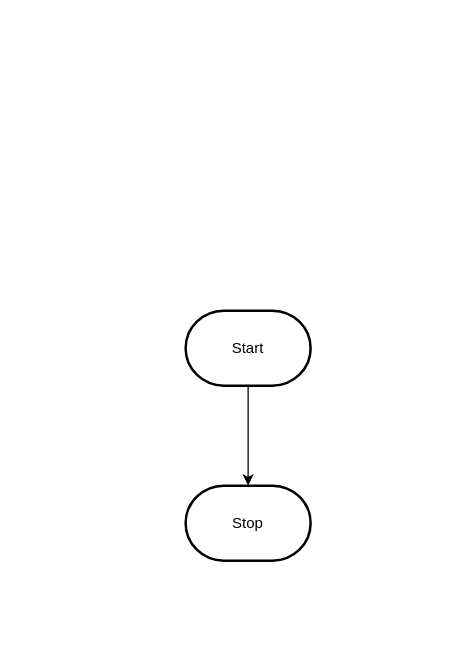
Before: design/flowchart.drawio in jakub-malhotra/ICS2O-Unit-6-04-extra, a draw.io diagram. Source tidied: cells renumbered, new cells numbered last; positions are measured from the earlier drawing's top-left corner, leaving out a move shared by most shapes. Both pictures are drawn from the tidied source at 125%, with x=0, y=0 at pixel (185, 310).
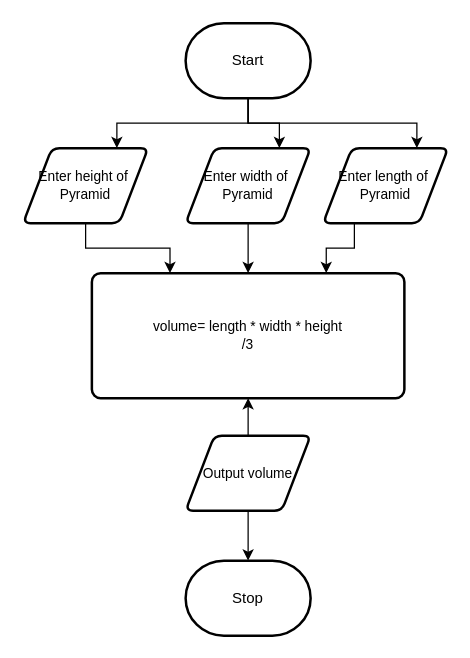
The same page after the edit.

Diff of the diagram source:
```diff
@@
 <mxGraphModel>
   <root>
     <mxCell id="0" />
     <mxCell id="1" parent="0" />
-    <mxCell id="2" style="edgeStyle=orthogonalEdgeStyle;html=1;rounded=0;" parent="1" edge="1" source="3" target="4">
-      <mxGeometry relative="1" as="geometry" />
-    </mxCell>
+    <mxCell id="5" style="edgeStyle=orthogonalEdgeStyle;shape=connector;rounded=0;html=1;exitX=0.5;exitY=1;exitDx=0;exitDy=0;exitPerimeter=0;entryX=0.75;entryY=0;entryDx=0;entryDy=0;labelBackgroundColor=default;strokeColor=default;fontFamily=Helvetica;fontSize=11;fontColor=default;endArrow=classic;" parent="1" edge="1" source="3" target="10">
+      <mxGeometry relative="1" as="geometry" />
+    </mxCell>
+    <mxCell id="6" style="edgeStyle=orthogonalEdgeStyle;shape=connector;rounded=0;html=1;exitX=0.5;exitY=1;exitDx=0;exitDy=0;exitPerimeter=0;entryX=0.75;entryY=0;entryDx=0;entryDy=0;labelBackgroundColor=default;strokeColor=default;fontFamily=Helvetica;fontSize=11;fontColor=default;endArrow=classic;" parent="1" edge="1" source="3" target="2">
+      <mxGeometry relative="1" as="geometry" />
+    </mxCell>
+    <mxCell id="7" style="edgeStyle=orthogonalEdgeStyle;shape=connector;rounded=0;html=1;exitX=0.5;exitY=1;exitDx=0;exitDy=0;exitPerimeter=0;entryX=0.75;entryY=0;entryDx=0;entryDy=0;labelBackgroundColor=default;strokeColor=default;fontFamily=Helvetica;fontSize=11;fontColor=default;endArrow=classic;" parent="1" edge="1" source="3" target="12">
+      <mxGeometry relative="1" as="geometry" />
+    </mxCell>
     <mxCell id="3" value="Start" style="strokeWidth=2;html=1;shape=mxgraph.flowchart.terminator;whiteSpace=wrap;" parent="1" vertex="1">
-      <mxGeometry width="100" height="60" as="geometry" />
+      <mxGeometry y="-230" width="100" height="60" as="geometry" />
     </mxCell>
     <mxCell id="4" value="Stop" style="strokeWidth=2;html=1;shape=mxgraph.flowchart.terminator;whiteSpace=wrap;" parent="1" vertex="1">
-      <mxGeometry y="140" width="100" height="60" as="geometry" />
+      <mxGeometry y="200" width="100" height="60" as="geometry" />
     </mxCell>
+    <mxCell id="8" style="edgeStyle=orthogonalEdgeStyle;shape=connector;rounded=0;html=1;exitX=0.5;exitY=1;exitDx=0;exitDy=0;entryX=0.5;entryY=0;entryDx=0;entryDy=0;labelBackgroundColor=default;strokeColor=default;fontFamily=Helvetica;fontSize=11;fontColor=default;endArrow=classic;" parent="1" edge="1" source="2" target="13">
+      <mxGeometry relative="1" as="geometry" />
+    </mxCell>
+    <mxCell id="2" value="Enter width of&amp;nbsp;&lt;br&gt;Pyramid" style="shape=parallelogram;html=1;strokeWidth=2;perimeter=parallelogramPerimeter;whiteSpace=wrap;rounded=1;arcSize=12;size=0.23;fontFamily=Helvetica;fontSize=11;fontColor=default;" parent="1" vertex="1">
+      <mxGeometry y="-130" width="100" height="60" as="geometry" />
+    </mxCell>
+    <mxCell id="9" style="edgeStyle=orthogonalEdgeStyle;shape=connector;rounded=0;html=1;exitX=0.5;exitY=1;exitDx=0;exitDy=0;entryX=0.25;entryY=0;entryDx=0;entryDy=0;labelBackgroundColor=default;strokeColor=default;fontFamily=Helvetica;fontSize=11;fontColor=default;endArrow=classic;" parent="1" edge="1" source="10" target="13">
+      <mxGeometry relative="1" as="geometry" />
+    </mxCell>
+    <mxCell id="10" value="Enter height of&amp;nbsp;&lt;br&gt;Pyramid" style="shape=parallelogram;html=1;strokeWidth=2;perimeter=parallelogramPerimeter;whiteSpace=wrap;rounded=1;arcSize=12;size=0.23;fontFamily=Helvetica;fontSize=11;fontColor=default;" parent="1" vertex="1">
+      <mxGeometry x="-130" y="-130" width="100" height="60" as="geometry" />
+    </mxCell>
+    <mxCell id="11" style="edgeStyle=orthogonalEdgeStyle;shape=connector;rounded=0;html=1;exitX=0.25;exitY=1;exitDx=0;exitDy=0;entryX=0.75;entryY=0;entryDx=0;entryDy=0;labelBackgroundColor=default;strokeColor=default;fontFamily=Helvetica;fontSize=11;fontColor=default;endArrow=classic;" parent="1" edge="1" source="12" target="13">
+      <mxGeometry relative="1" as="geometry" />
+    </mxCell>
+    <mxCell id="12" value="Enter length of&amp;nbsp;&lt;br&gt;Pyramid" style="shape=parallelogram;html=1;strokeWidth=2;perimeter=parallelogramPerimeter;whiteSpace=wrap;rounded=1;arcSize=12;size=0.23;fontFamily=Helvetica;fontSize=11;fontColor=default;" parent="1" vertex="1">
+      <mxGeometry x="110" y="-130" width="100" height="60" as="geometry" />
+    </mxCell>
+    <mxCell id="13" value="volume= length * width * height&lt;br&gt;/3" style="rounded=1;whiteSpace=wrap;html=1;absoluteArcSize=1;arcSize=14;strokeWidth=2;fontFamily=Helvetica;fontSize=11;fontColor=default;" parent="1" vertex="1">
+      <mxGeometry x="-75" y="-30" width="250" height="100" as="geometry" />
+    </mxCell>
+    <mxCell id="14" style="edgeStyle=orthogonalEdgeStyle;shape=connector;rounded=0;html=1;exitX=0.5;exitY=1;exitDx=0;exitDy=0;labelBackgroundColor=default;strokeColor=default;fontFamily=Helvetica;fontSize=11;fontColor=default;endArrow=classic;" parent="1" edge="1" source="16" target="4">
+      <mxGeometry relative="1" as="geometry" />
+    </mxCell>
+    <mxCell id="15" style="edgeStyle=orthogonalEdgeStyle;shape=connector;rounded=0;html=1;exitX=0.5;exitY=0;exitDx=0;exitDy=0;entryX=0.5;entryY=1;entryDx=0;entryDy=0;labelBackgroundColor=default;strokeColor=default;fontFamily=Helvetica;fontSize=11;fontColor=default;endArrow=classic;" parent="1" edge="1" source="16" target="13">
+      <mxGeometry relative="1" as="geometry" />
+    </mxCell>
+    <mxCell id="16" value="Output volume" style="shape=parallelogram;html=1;strokeWidth=2;perimeter=parallelogramPerimeter;whiteSpace=wrap;rounded=1;arcSize=12;size=0.23;fontFamily=Helvetica;fontSize=11;fontColor=default;" parent="1" vertex="1">
+      <mxGeometry y="100" width="100" height="60" as="geometry" />
+    </mxCell>
   </root>
 </mxGraphModel>
```
